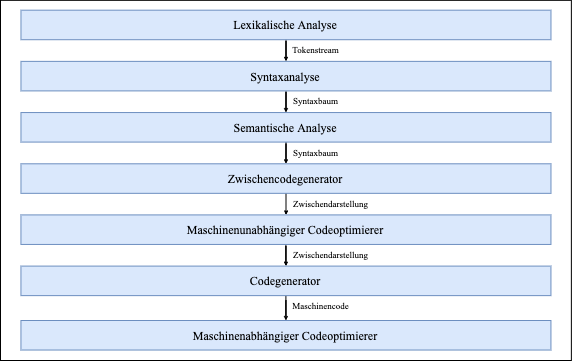
Earlier version of the draw.io export Images/Compiler/Phasen.png (JulianPasque/Masterthesis). Source tidied: cells renumbered, new cells last; positions are measured from the earlier drawing's top-left corner, leaving out a move shared by most shapes.
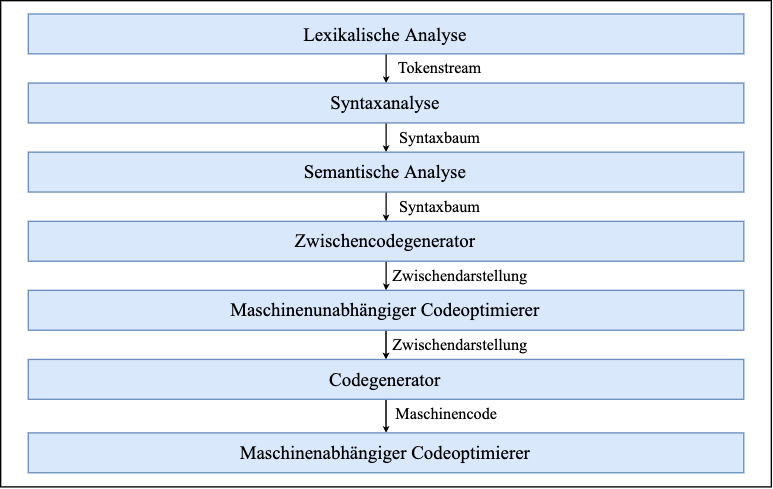
After the change.

Change to the diagram source:
```diff
@@ -2,65 +2,65 @@
   <root>
     <mxCell id="0" />
     <mxCell id="1" parent="0" />
-    <mxCell id="2" style="rounded=0;whiteSpace=wrap;html=1;fontSize=12;fontFamily=Times New Roman;" parent="1" vertex="1">
+    <mxCell id="2" value="tim" style="rounded=0;whiteSpace=wrap;html=1;fontSize=14;fontFamily=Times New Roman;spacing=0;" parent="1" vertex="1">
       <mxGeometry y="-0.2" width="570.9" height="360.2" as="geometry" />
     </mxCell>
-    <mxCell id="3" style="edgeStyle=orthogonalEdgeStyle;rounded=0;jettySize=auto;html=1;fontSize=12;jumpSize=6;startSize=6;endSize=2;fontFamily=Times New Roman;" parent="1" edge="1" source="4" target="6">
+    <mxCell id="3" style="edgeStyle=orthogonalEdgeStyle;rounded=0;jettySize=auto;html=1;fontSize=14;jumpSize=6;startSize=6;endSize=2;fontFamily=Times New Roman;" parent="1" edge="1" source="4" target="6">
       <mxGeometry relative="1" as="geometry" />
     </mxCell>
-    <mxCell id="4" value="Lexikalische Analyse" style="rounded=0;whiteSpace=wrap;html=1;fontSize=12;fillColor=#dae8fc;strokeColor=#6c8ebf;fontFamily=Times New Roman;" parent="1" vertex="1">
-      <mxGeometry x="20.5" y="9.7" width="530" height="29.5" as="geometry" />
+    <mxCell id="4" value="Lexikalische Analyse" style="rounded=0;whiteSpace=wrap;html=1;fontSize=14;fillColor=#dae8fc;strokeColor=#6c8ebf;fontFamily=Times New Roman;" parent="1" vertex="1">
+      <mxGeometry x="20.5" y="9.6" width="530" height="29.5" as="geometry" />
     </mxCell>
-    <mxCell id="5" style="edgeStyle=orthogonalEdgeStyle;rounded=0;jettySize=auto;html=1;entryX=0.5;entryY=0;entryDx=0;entryDy=0;fontSize=12;jumpSize=6;startSize=1;endSize=2;fontFamily=Times New Roman;" parent="1" edge="1" source="6" target="9">
+    <mxCell id="5" style="edgeStyle=orthogonalEdgeStyle;rounded=0;jettySize=auto;html=1;entryX=0.5;entryY=0;entryDx=0;entryDy=0;fontSize=14;jumpSize=6;startSize=1;endSize=2;fontFamily=Times New Roman;" parent="1" edge="1" source="6" target="9">
       <mxGeometry relative="1" as="geometry" />
     </mxCell>
-    <mxCell id="6" value="Syntaxanalyse" style="rounded=0;whiteSpace=wrap;html=1;fontSize=12;fillColor=#dae8fc;strokeColor=#6c8ebf;fontFamily=Times New Roman;" parent="1" vertex="1">
-      <mxGeometry x="20.5" y="60.9" width="530" height="29.5" as="geometry" />
+    <mxCell id="6" value="Syntaxanalyse" style="rounded=0;whiteSpace=wrap;html=1;fontSize=14;fillColor=#dae8fc;strokeColor=#6c8ebf;fontFamily=Times New Roman;" parent="1" vertex="1">
+      <mxGeometry x="20.5" y="60.8" width="530" height="29.5" as="geometry" />
     </mxCell>
-    <mxCell id="7" value="Tokenstream" style="text;html=1;align=center;verticalAlign=middle;fontSize=9;fontFamily=Times New Roman;" parent="1" vertex="1">
-      <mxGeometry x="285" y="39.2" width="60" height="20" as="geometry" />
+    <mxCell id="7" value="Tokenstream" style="text;html=1;align=center;verticalAlign=middle;fontSize=12;fontFamily=Times New Roman;" parent="1" vertex="1">
+      <mxGeometry x="285" y="39.2" width="80" height="20" as="geometry" />
     </mxCell>
-    <mxCell id="8" style="edgeStyle=orthogonalEdgeStyle;rounded=0;jettySize=auto;html=1;entryX=0.5;entryY=0;entryDx=0;entryDy=0;fontSize=12;jumpSize=6;startSize=1;endSize=2;fontFamily=Times New Roman;" parent="1" edge="1" source="9" target="12">
+    <mxCell id="8" style="edgeStyle=orthogonalEdgeStyle;rounded=0;jettySize=auto;html=1;entryX=0.5;entryY=0;entryDx=0;entryDy=0;fontSize=14;jumpSize=6;startSize=1;endSize=2;fontFamily=Times New Roman;" parent="1" edge="1" source="9" target="12">
       <mxGeometry relative="1" as="geometry" />
     </mxCell>
-    <mxCell id="9" value="Semantische Analyse" style="rounded=0;whiteSpace=wrap;html=1;fontSize=12;fillColor=#dae8fc;strokeColor=#6c8ebf;fontFamily=Times New Roman;" parent="1" vertex="1">
+    <mxCell id="9" value="Semantische Analyse" style="rounded=0;whiteSpace=wrap;html=1;fontSize=14;fillColor=#dae8fc;strokeColor=#6c8ebf;fontFamily=Times New Roman;" parent="1" vertex="1">
       <mxGeometry x="20.5" y="112" width="530" height="29.5" as="geometry" />
     </mxCell>
-    <mxCell id="10" value="Syntaxbaum" style="text;html=1;align=center;verticalAlign=middle;fontSize=9;fontFamily=Times New Roman;" parent="1" vertex="1">
-      <mxGeometry x="285" y="90.4" width="60" height="20" as="geometry" />
+    <mxCell id="10" value="Syntaxbaum" style="text;html=1;align=center;verticalAlign=middle;fontSize=12;fontFamily=Times New Roman;" parent="1" vertex="1">
+      <mxGeometry x="285" y="90.3" width="80" height="20" as="geometry" />
     </mxCell>
-    <mxCell id="11" style="edgeStyle=orthogonalEdgeStyle;rounded=0;jettySize=auto;html=1;fontSize=12;jumpSize=6;startSize=1;endSize=2;fontFamily=Times New Roman;" parent="1" edge="1" source="12" target="15">
+    <mxCell id="11" style="edgeStyle=orthogonalEdgeStyle;rounded=0;jettySize=auto;html=1;fontSize=14;jumpSize=6;startSize=1;endSize=2;fontFamily=Times New Roman;" parent="1" edge="1" source="12" target="15">
       <mxGeometry relative="1" as="geometry" />
     </mxCell>
-    <mxCell id="12" value="Zwischencodegenerator" style="rounded=0;whiteSpace=wrap;html=1;fontSize=12;fillColor=#dae8fc;strokeColor=#6c8ebf;fontFamily=Times New Roman;" parent="1" vertex="1">
+    <mxCell id="12" value="Zwischencodegenerator" style="rounded=0;whiteSpace=wrap;html=1;fontSize=14;fillColor=#dae8fc;strokeColor=#6c8ebf;fontFamily=Times New Roman;" parent="1" vertex="1">
       <mxGeometry x="20.5" y="163.3" width="530" height="29.5" as="geometry" />
     </mxCell>
-    <mxCell id="13" value="Syntaxbaum" style="text;html=1;align=center;verticalAlign=middle;fontSize=9;fontFamily=Times New Roman;" parent="1" vertex="1">
-      <mxGeometry x="285" y="141.6" width="60" height="20" as="geometry" />
+    <mxCell id="13" value="Syntaxbaum" style="text;html=1;align=center;verticalAlign=middle;fontSize=12;fontFamily=Times New Roman;" parent="1" vertex="1">
+      <mxGeometry x="285" y="141.5" width="80" height="20" as="geometry" />
     </mxCell>
-    <mxCell id="14" style="edgeStyle=orthogonalEdgeStyle;rounded=0;jettySize=auto;html=1;entryX=0.5;entryY=0;entryDx=0;entryDy=0;fontSize=12;jumpSize=6;startSize=1;endSize=2;fontFamily=Times New Roman;" parent="1" edge="1" source="15" target="18">
+    <mxCell id="14" style="edgeStyle=orthogonalEdgeStyle;rounded=0;jettySize=auto;html=1;entryX=0.5;entryY=0;entryDx=0;entryDy=0;fontSize=14;jumpSize=6;startSize=1;endSize=2;fontFamily=Times New Roman;" parent="1" edge="1" source="15" target="18">
       <mxGeometry relative="1" as="geometry" />
     </mxCell>
-    <mxCell id="15" value="Maschinenunabhängiger Codeoptimierer" style="rounded=0;whiteSpace=wrap;html=1;fontSize=12;fillColor=#dae8fc;strokeColor=#6c8ebf;fontFamily=Times New Roman;" parent="1" vertex="1">
+    <mxCell id="15" value="Maschinenunabhängiger Codeoptimierer" style="rounded=0;whiteSpace=wrap;html=1;fontSize=14;fillColor=#dae8fc;strokeColor=#6c8ebf;fontFamily=Times New Roman;" parent="1" vertex="1">
       <mxGeometry x="20.4" y="214.4" width="530" height="29.5" as="geometry" />
     </mxCell>
-    <mxCell id="16" value="Zwischendarstellung" style="text;html=1;align=center;verticalAlign=middle;fontSize=9;fontFamily=Times New Roman;" parent="1" vertex="1">
-      <mxGeometry x="285" y="192.8" width="90" height="20" as="geometry" />
+    <mxCell id="16" value="Zwischendarstellung" style="text;html=1;align=center;verticalAlign=middle;fontSize=12;fontFamily=Times New Roman;" parent="1" vertex="1">
+      <mxGeometry x="280" y="192.8" width="120" height="20" as="geometry" />
     </mxCell>
-    <mxCell id="17" style="edgeStyle=orthogonalEdgeStyle;rounded=0;jettySize=auto;html=1;entryX=0.5;entryY=0;entryDx=0;entryDy=0;fontSize=12;jumpSize=6;startSize=1;endSize=2;fontFamily=Times New Roman;" parent="1" edge="1" source="18" target="20">
+    <mxCell id="17" style="edgeStyle=orthogonalEdgeStyle;rounded=0;jettySize=auto;html=1;entryX=0.5;entryY=0;entryDx=0;entryDy=0;fontSize=14;jumpSize=6;startSize=1;endSize=2;fontFamily=Times New Roman;" parent="1" edge="1" source="18" target="20">
       <mxGeometry relative="1" as="geometry" />
     </mxCell>
-    <mxCell id="18" value="Codegenerator" style="rounded=0;whiteSpace=wrap;html=1;fontSize=12;fillColor=#dae8fc;strokeColor=#6c8ebf;fontFamily=Times New Roman;" parent="1" vertex="1">
+    <mxCell id="18" value="Codegenerator" style="rounded=0;whiteSpace=wrap;html=1;fontSize=14;fillColor=#dae8fc;strokeColor=#6c8ebf;fontFamily=Times New Roman;" parent="1" vertex="1">
       <mxGeometry x="20.4" y="265.6" width="530" height="29.5" as="geometry" />
     </mxCell>
-    <mxCell id="19" value="Zwischendarstellung" style="text;html=1;align=center;verticalAlign=middle;fontSize=9;fontFamily=Times New Roman;" parent="1" vertex="1">
-      <mxGeometry x="285" y="243.9" width="90" height="20" as="geometry" />
+    <mxCell id="19" value="Zwischendarstellung" style="text;html=1;align=center;verticalAlign=middle;fontSize=12;fontFamily=Times New Roman;" parent="1" vertex="1">
+      <mxGeometry x="280" y="243.9" width="120" height="20" as="geometry" />
     </mxCell>
-    <mxCell id="20" value="Maschinenabhängiger Codeoptimierer" style="rounded=0;whiteSpace=wrap;html=1;fontSize=12;fillColor=#dae8fc;strokeColor=#6c8ebf;fontFamily=Times New Roman;" parent="1" vertex="1">
+    <mxCell id="20" value="Maschinenabhängiger Codeoptimierer" style="rounded=0;whiteSpace=wrap;html=1;fontSize=14;fillColor=#dae8fc;strokeColor=#6c8ebf;fontFamily=Times New Roman;" parent="1" vertex="1">
       <mxGeometry x="20.4" y="320" width="530" height="29.5" as="geometry" />
     </mxCell>
-    <mxCell id="21" value="Maschinencode" style="text;html=1;align=center;verticalAlign=middle;fontSize=9;fontFamily=Times New Roman;" parent="1" vertex="1">
-      <mxGeometry x="285" y="295.1" width="70" height="20" as="geometry" />
+    <mxCell id="21" value="Maschinencode" style="text;html=1;align=center;verticalAlign=middle;fontSize=12;fontFamily=Times New Roman;" parent="1" vertex="1">
+      <mxGeometry x="285" y="295.1" width="90" height="20" as="geometry" />
     </mxCell>
   </root>
 </mxGraphModel>
```
